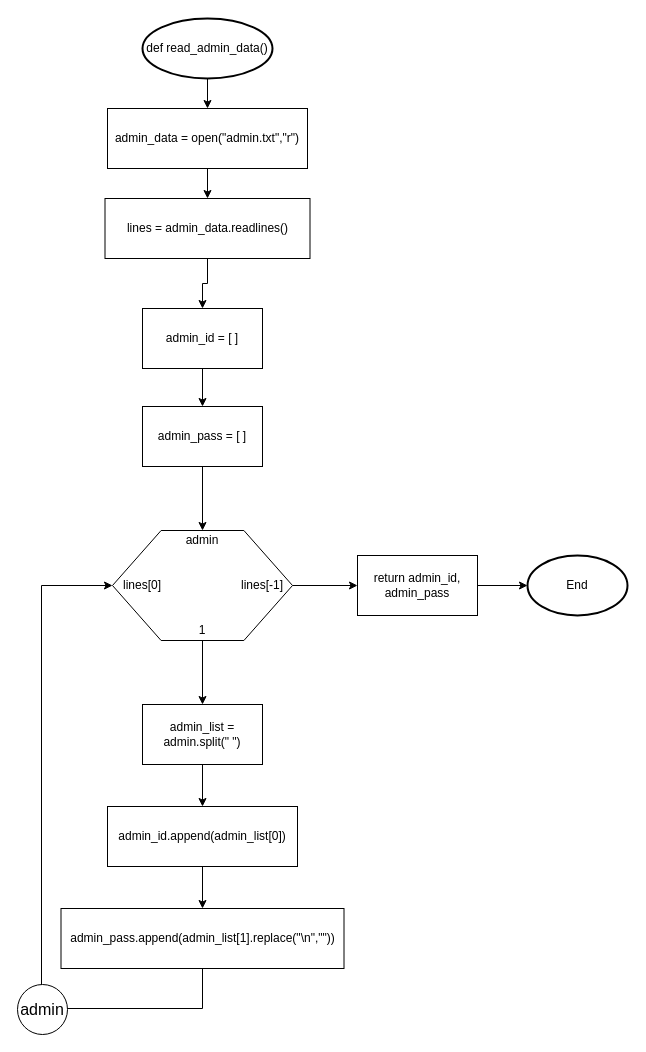
Above: page "read_admin_data()" (6 of 27) of Flowchart.drawio in LeeRenJie/python-assignment (draw.io), before the change. Source tidied: cells renumbered, new cells numbered last; positions are measured from the earlier drawing's top-left corner, leaving out a move shared by most shapes. Both pictures are drawn from the tidied source at 100%, with x=0, y=0 at pixel (17, 18).
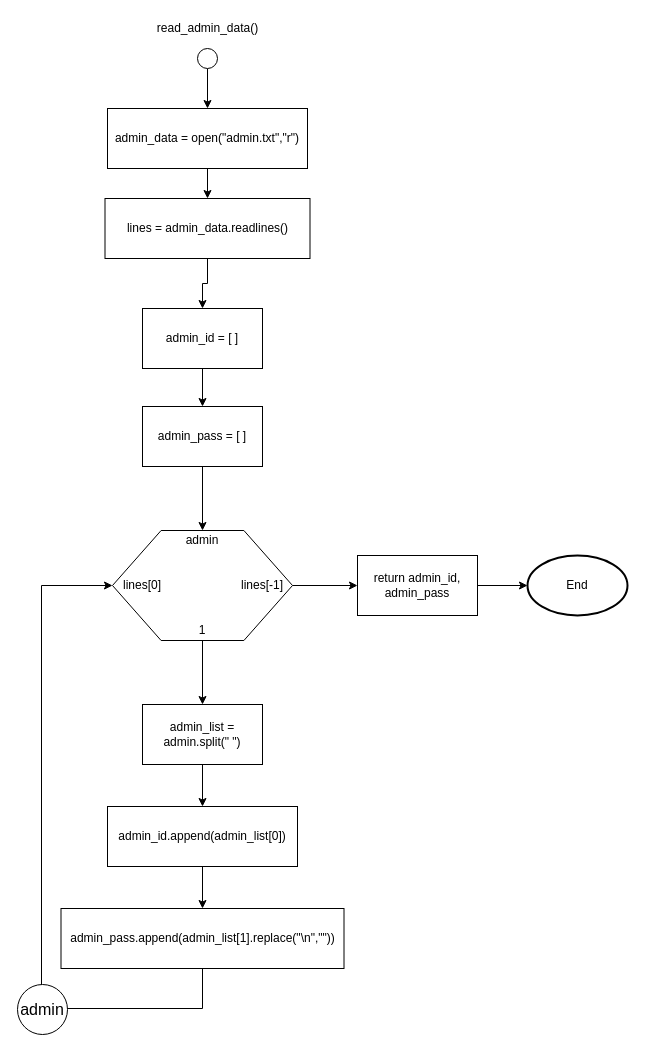
The same diagram, later.

The change refers to these unchanged cells:
```xml
<mxCell id="5" value="admin_data = open(&quot;admin.txt&quot;,&quot;r&quot;)" style="rounded=0;whiteSpace=wrap;html=1;fontSize=12;" parent="1" vertex="1">
  <mxGeometry x="90" y="90" width="200" height="60" as="geometry" />
</mxCell>
```

Change to the diagram source:
```diff
@@
-    <mxCell id="2" style="edgeStyle=orthogonalEdgeStyle;rounded=0;jettySize=auto;html=1;entryX=0.5;entryY=0;entryDx=0;entryDy=0;" parent="1" edge="1" source="3" target="5">
+    <mxCell id="2" style="edgeStyle=orthogonalEdgeStyle;rounded=0;jettySize=auto;html=1;entryX=0.5;entryY=0;entryDx=0;entryDy=0;exitX=0.5;exitY=1;exitDx=0;exitDy=0;" parent="1" edge="1" source="29" target="5">
       <mxGeometry relative="1" as="geometry" />
     </mxCell>
-    <mxCell id="3" value="def read_admin_data()" style="strokeWidth=2;html=1;shape=mxgraph.flowchart.start_1;whiteSpace=wrap;fontSize=12;" parent="1" vertex="1">
-      <mxGeometry x="125" width="130" height="60" as="geometry" />
-    </mxCell>
@@
+    <mxCell id="29" style="ellipse;whiteSpace=wrap;html=1;" parent="1" vertex="1">
+      <mxGeometry x="180" y="30" width="20" height="20" as="geometry" />
+    </mxCell>
+    <mxCell id="30" value="read_admin_data()" style="text;html=1;align=center;verticalAlign=middle;" parent="1" vertex="1">
+      <mxGeometry x="130" width="120" height="20" as="geometry" />
+    </mxCell>
```
